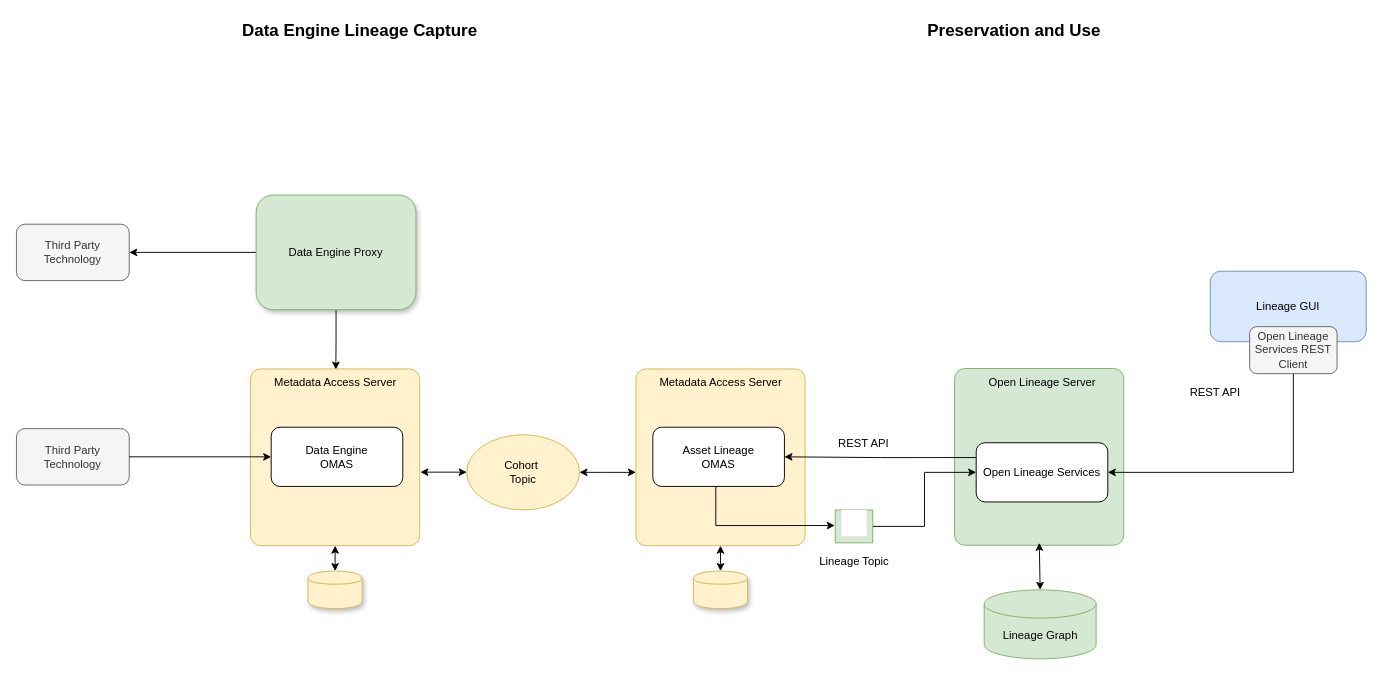
Above: page "data-engine-lineage-capture" (1 of 4) of site/docs/features/lineage-management/open-lineage-server.drawio in odpi/egeria-docs (draw.io), before the change. Source tidied: cells renumbered, new cells numbered last; positions are measured from the earlier drawing's top-left corner, leaving out a move shared by most shapes. Both pictures are drawn from the tidied source at 94%, with x=0, y=0 at pixel (16, 16).
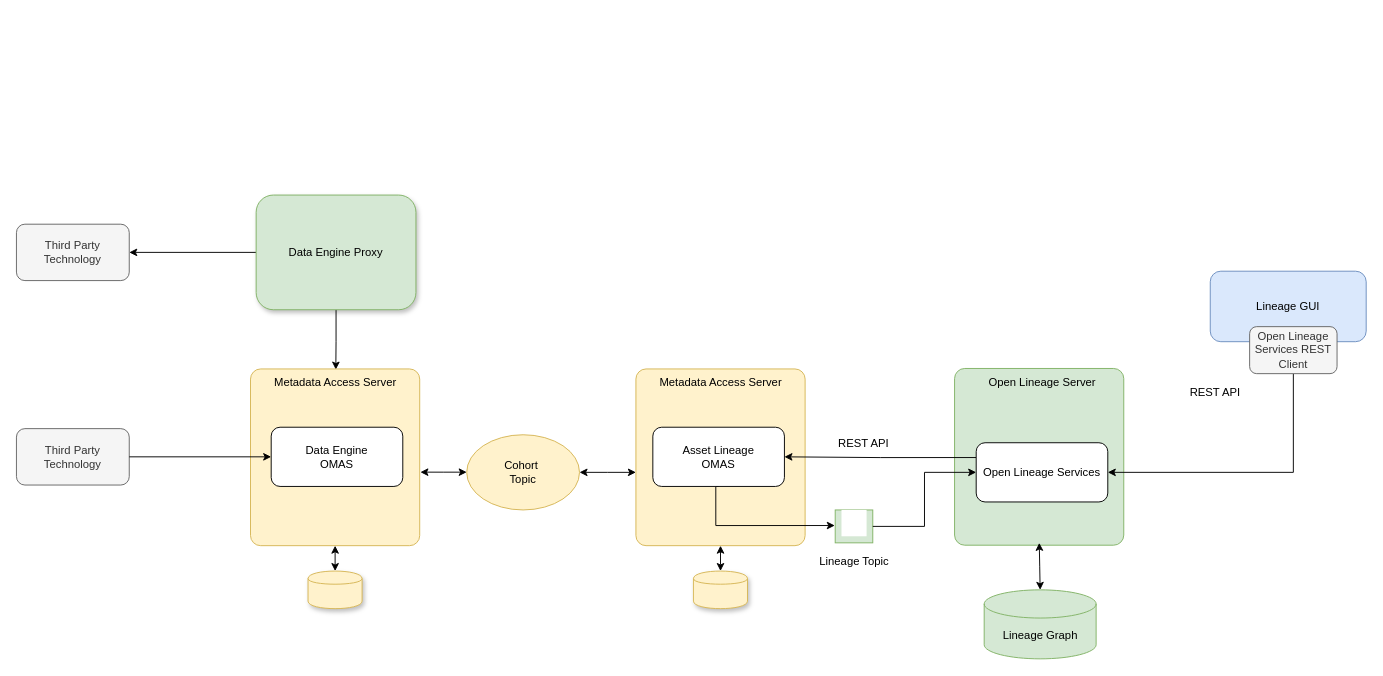
The same diagram, later.

Commit message (it also covers changes not shown here):
Open lineage server sections and pictures

What changed in the source:
```diff
@@
-    <mxCell id="21" value="Preservation and Use" style="text;html=1;align=center;verticalAlign=middle;strokeColor=none;fontSize=18;fontStyle=1;" parent="1" vertex="1">
-      <mxGeometry x="961" width="200" height="30" as="geometry" />
-    </mxCell>
@@
-    <mxCell id="35" value="Data Engine Lineage Capture" style="text;html=1;align=center;verticalAlign=middle;strokeColor=none;fontSize=18;fontStyle=1;" parent="1" vertex="1">
-      <mxGeometry x="230" width="270" height="30" as="geometry" />
-    </mxCell>
```
